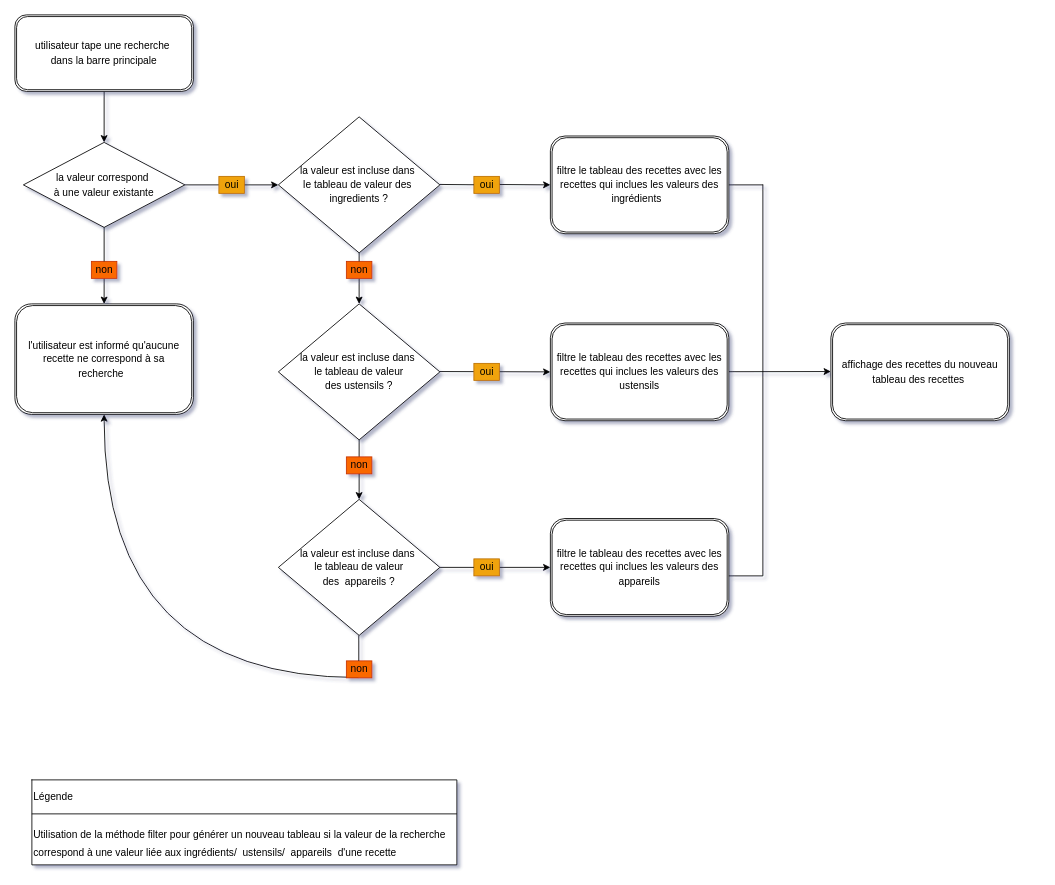
Before: algo1.drawio in jeremybosqui/Projet7_Algo, a draw.io diagram. Source tidied: cells renumbered, new cells numbered last; positions are measured from the earlier drawing's top-left corner, leaving out a move shared by most shapes. Both pictures are drawn from the tidied source at 85%, with x=0, y=0 at pixel (14, 14).
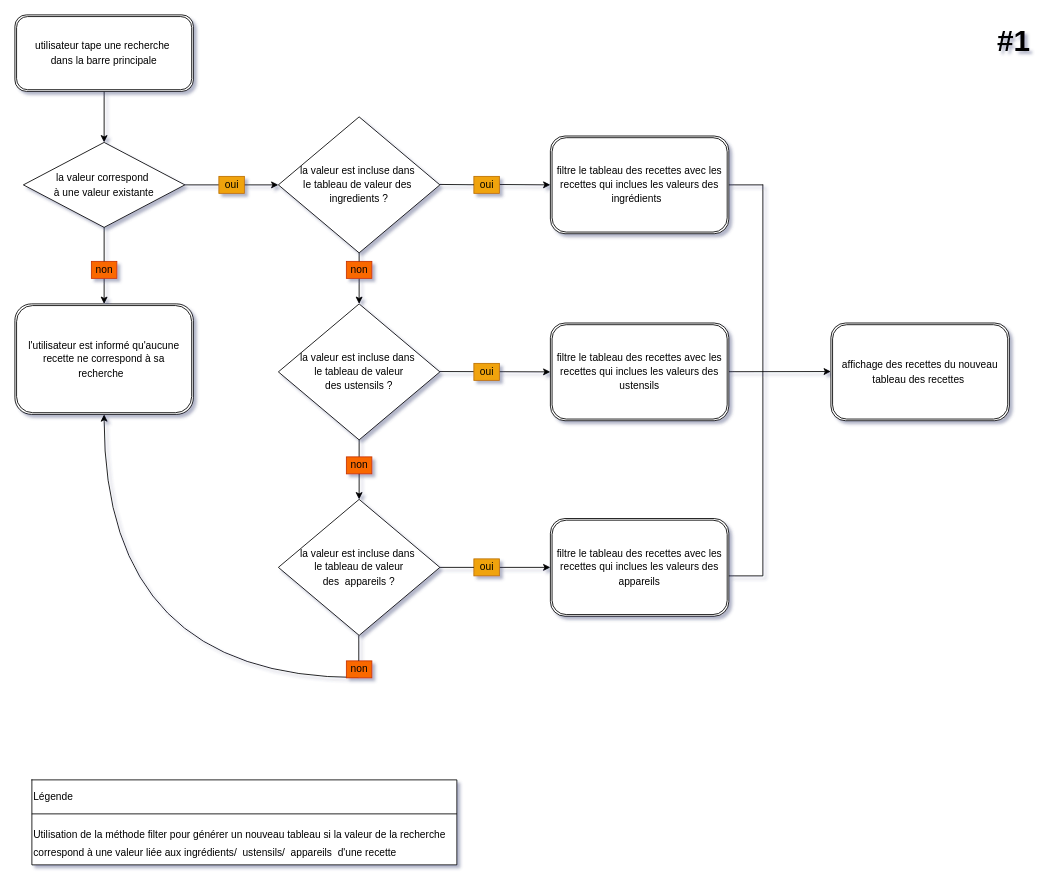
The same diagram, later.

Commit message (it also covers changes not shown here):
schema algos finish

What changed in the source:
```diff
@@
+    <mxCell id="43" value="&lt;b&gt;&lt;font style=&quot;font-size: 35px&quot;&gt;#1&lt;/font&gt;&lt;/b&gt;" style="text;html=1;align=center;verticalAlign=middle;strokeColor=none;fillColor=none;" parent="1" vertex="1">
+      <mxGeometry x="1150" y="15" width="50" height="30" as="geometry" />
+    </mxCell>
```
